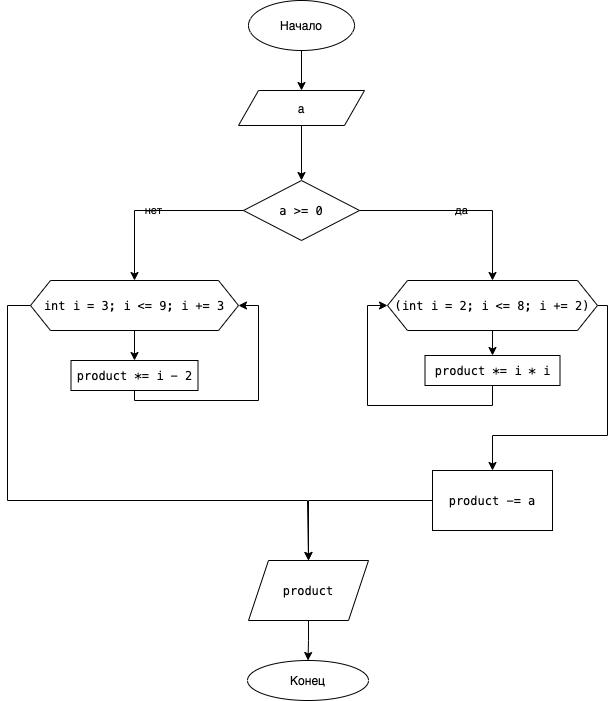
Before: scheme/scheme2.png, a diagram exported from draw.io (qqq-Homeworks/lab-3-PogrammingBasics). Source tidied: cells renumbered, new cells last; positions are measured from the earlier drawing's top-left corner, leaving out a move shared by most shapes. The source it was exported from:
```xml
<mxGraphModel>
  <root>
    <mxCell id="0" />
    <mxCell id="1" parent="0" />
    <mxCell id="2" style="edgeStyle=orthogonalEdgeStyle;rounded=0;jettySize=auto;html=1;labelBackgroundColor=none;" parent="1" edge="1" source="3" target="5">
      <mxGeometry relative="1" as="geometry" />
    </mxCell>
    <mxCell id="3" value="Начало" style="ellipse;whiteSpace=wrap;html=1;labelBackgroundColor=none;" parent="1" vertex="1">
      <mxGeometry x="241" width="106" height="50" as="geometry" />
    </mxCell>
    <mxCell id="4" style="edgeStyle=orthogonalEdgeStyle;rounded=0;jettySize=auto;html=1;labelBackgroundColor=none;" parent="1" edge="1" source="5" target="9">
      <mxGeometry relative="1" as="geometry" />
    </mxCell>
    <mxCell id="5" value="a" style="shape=parallelogram;perimeter=parallelogramPerimeter;whiteSpace=wrap;html=1;fixedSize=1;labelBackgroundColor=none;" parent="1" vertex="1">
      <mxGeometry x="231" y="90" width="126" height="35" as="geometry" />
    </mxCell>
    <mxCell id="6" value="Конец" style="ellipse;whiteSpace=wrap;html=1;labelBackgroundColor=none;" parent="1" vertex="1">
      <mxGeometry x="240" y="660" width="121" height="40" as="geometry" />
    </mxCell>
    <mxCell id="7" value="да" style="edgeStyle=orthogonalEdgeStyle;rounded=0;jettySize=auto;html=1;entryX=0.5;entryY=0;entryDx=0;entryDy=0;labelBackgroundColor=none;" parent="1" edge="1" source="9" target="12">
      <mxGeometry relative="1" as="geometry" />
    </mxCell>
    <mxCell id="8" value="нет" style="edgeStyle=orthogonalEdgeStyle;rounded=0;jettySize=auto;html=1;entryX=0.5;entryY=0;entryDx=0;entryDy=0;labelBackgroundColor=none;" parent="1" edge="1" source="9" target="15">
      <mxGeometry relative="1" as="geometry" />
    </mxCell>
    <mxCell id="9" value="&lt;meta charset=&quot;utf-8&quot;&gt;&lt;div style=&quot;font-family: menlo, monaco, &amp;quot;courier new&amp;quot;, monospace; font-weight: normal; font-size: 12px; line-height: 18px;&quot;&gt;&lt;div&gt;&lt;span style=&quot;&quot;&gt;a&lt;/span&gt;&lt;span style=&quot;&quot;&gt; &lt;/span&gt;&lt;span style=&quot;&quot;&gt;&amp;gt;=&lt;/span&gt;&lt;span style=&quot;&quot;&gt; &lt;/span&gt;&lt;span style=&quot;&quot;&gt;0&lt;/span&gt;&lt;/div&gt;&lt;/div&gt;" style="rhombus;whiteSpace=wrap;html=1;labelBackgroundColor=none;" parent="1" vertex="1">
      <mxGeometry x="236" y="180" width="116" height="60" as="geometry" />
    </mxCell>
    <mxCell id="10" style="edgeStyle=orthogonalEdgeStyle;rounded=0;jettySize=auto;html=1;labelBackgroundColor=none;" parent="1" edge="1" source="12" target="17">
      <mxGeometry relative="1" as="geometry" />
    </mxCell>
    <mxCell id="11" style="edgeStyle=orthogonalEdgeStyle;rounded=0;jettySize=auto;html=1;entryX=0.5;entryY=0;entryDx=0;entryDy=0;labelBackgroundColor=none;" parent="1" edge="1" source="12" target="19">
      <mxGeometry relative="1" as="geometry">
        <Array as="points">
          <mxPoint x="600" y="305" />
          <mxPoint x="600" y="435" />
          <mxPoint x="485" y="435" />
        </Array>
      </mxGeometry>
    </mxCell>
    <mxCell id="12" value="&lt;div style=&quot;font-family: menlo, monaco, &amp;quot;courier new&amp;quot;, monospace; line-height: 18px;&quot;&gt;(&lt;span style=&quot;&quot;&gt;int&lt;/span&gt; &lt;span style=&quot;&quot;&gt;i&lt;/span&gt; &lt;span style=&quot;&quot;&gt;=&lt;/span&gt; &lt;span style=&quot;&quot;&gt;2&lt;/span&gt;; &lt;span style=&quot;&quot;&gt;i&lt;/span&gt; &lt;span style=&quot;&quot;&gt;&amp;lt;=&lt;/span&gt; &lt;span style=&quot;&quot;&gt;8&lt;/span&gt;; &lt;span style=&quot;&quot;&gt;i&lt;/span&gt; &lt;span style=&quot;&quot;&gt;+=&lt;/span&gt; &lt;span style=&quot;&quot;&gt;2&lt;/span&gt;) &lt;/div&gt;" style="shape=hexagon;perimeter=hexagonPerimeter2;whiteSpace=wrap;html=1;fixedSize=1;labelBackgroundColor=none;" parent="1" vertex="1">
      <mxGeometry x="380" y="280" width="210" height="50" as="geometry" />
    </mxCell>
    <mxCell id="13" style="edgeStyle=orthogonalEdgeStyle;rounded=0;jettySize=auto;html=1;labelBackgroundColor=none;" parent="1" edge="1" source="15" target="23">
      <mxGeometry relative="1" as="geometry" />
    </mxCell>
    <mxCell id="14" style="edgeStyle=orthogonalEdgeStyle;rounded=0;jettySize=auto;html=1;entryX=0.5;entryY=0;entryDx=0;entryDy=0;labelBackgroundColor=none;" parent="1" edge="1" source="15" target="21">
      <mxGeometry relative="1" as="geometry">
        <Array as="points">
          <mxPoint y="305" />
          <mxPoint y="500" />
          <mxPoint x="300" y="500" />
        </Array>
      </mxGeometry>
    </mxCell>
    <mxCell id="15" value="&lt;div style=&quot;font-family: menlo, monaco, &amp;quot;courier new&amp;quot;, monospace; line-height: 18px;&quot;&gt;&lt;span style=&quot;&quot;&gt;int&lt;/span&gt; &lt;span style=&quot;&quot;&gt;i&lt;/span&gt; &lt;span style=&quot;&quot;&gt;=&lt;/span&gt; &lt;span style=&quot;&quot;&gt;3&lt;/span&gt;; &lt;span style=&quot;&quot;&gt;i&lt;/span&gt; &lt;span style=&quot;&quot;&gt;&amp;lt;=&lt;/span&gt; &lt;span style=&quot;&quot;&gt;9&lt;/span&gt;; &lt;span style=&quot;&quot;&gt;i&lt;/span&gt; &lt;span style=&quot;&quot;&gt;+=&lt;/span&gt; &lt;span style=&quot;&quot;&gt;3&lt;/span&gt;&lt;/div&gt;" style="shape=hexagon;perimeter=hexagonPerimeter2;whiteSpace=wrap;html=1;fixedSize=1;labelBackgroundColor=none;" parent="1" vertex="1">
      <mxGeometry x="23" y="280" width="208" height="50" as="geometry" />
    </mxCell>
    <mxCell id="16" style="edgeStyle=orthogonalEdgeStyle;rounded=0;jettySize=auto;html=1;entryX=0;entryY=0.5;entryDx=0;entryDy=0;labelBackgroundColor=none;" parent="1" edge="1" source="17" target="12">
      <mxGeometry relative="1" as="geometry">
        <Array as="points">
          <mxPoint x="485" y="405" />
          <mxPoint x="360" y="405" />
          <mxPoint x="360" y="305" />
        </Array>
      </mxGeometry>
    </mxCell>
    <mxCell id="17" value="&lt;meta charset=&quot;utf-8&quot;&gt;&lt;div style=&quot;font-family: menlo, monaco, &amp;quot;courier new&amp;quot;, monospace; font-weight: normal; font-size: 12px; line-height: 18px;&quot;&gt;&lt;div&gt;&lt;span style=&quot;&quot;&gt; &lt;/span&gt;&lt;span style=&quot;&quot;&gt;product&lt;/span&gt;&lt;span style=&quot;&quot;&gt; &lt;/span&gt;&lt;span style=&quot;&quot;&gt;*=&lt;/span&gt;&lt;span style=&quot;&quot;&gt; &lt;/span&gt;&lt;span style=&quot;&quot;&gt;i&lt;/span&gt;&lt;span style=&quot;&quot;&gt; &lt;/span&gt;&lt;span style=&quot;&quot;&gt;*&lt;/span&gt;&lt;span style=&quot;&quot;&gt; &lt;/span&gt;&lt;span style=&quot;&quot;&gt;i&lt;/span&gt;&lt;/div&gt;&lt;/div&gt;" style="whiteSpace=wrap;html=1;labelBackgroundColor=none;" parent="1" vertex="1">
      <mxGeometry x="417.5" y="355" width="135" height="30" as="geometry" />
    </mxCell>
    <mxCell id="18" style="edgeStyle=orthogonalEdgeStyle;rounded=0;jettySize=auto;html=1;entryX=0.5;entryY=0;entryDx=0;entryDy=0;labelBackgroundColor=none;" parent="1" edge="1" source="19" target="21">
      <mxGeometry relative="1" as="geometry" />
    </mxCell>
    <mxCell id="19" value="&lt;meta charset=&quot;utf-8&quot;&gt;&lt;div style=&quot;font-family: menlo, monaco, &amp;quot;courier new&amp;quot;, monospace; font-weight: normal; font-size: 12px; line-height: 18px;&quot;&gt;&lt;div&gt;&lt;span style=&quot;&quot;&gt;product&lt;/span&gt;&lt;span style=&quot;&quot;&gt; &lt;/span&gt;&lt;span style=&quot;&quot;&gt;-=&lt;/span&gt;&lt;span style=&quot;&quot;&gt; &lt;/span&gt;&lt;span style=&quot;&quot;&gt;a&lt;/span&gt;&lt;/div&gt;&lt;/div&gt;" style="rounded=0;whiteSpace=wrap;html=1;labelBackgroundColor=none;" parent="1" vertex="1">
      <mxGeometry x="425" y="470" width="120" height="60" as="geometry" />
    </mxCell>
    <mxCell id="20" style="edgeStyle=orthogonalEdgeStyle;rounded=0;jettySize=auto;html=1;labelBackgroundColor=none;" parent="1" edge="1" source="21" target="6">
      <mxGeometry relative="1" as="geometry" />
    </mxCell>
    <mxCell id="21" value="&lt;div style=&quot;font-family: menlo, monaco, &amp;quot;courier new&amp;quot;, monospace; line-height: 18px;&quot;&gt;&lt;span style=&quot;&quot;&gt;product&lt;/span&gt;&lt;/div&gt;" style="shape=parallelogram;perimeter=parallelogramPerimeter;whiteSpace=wrap;html=1;fixedSize=1;labelBackgroundColor=none;" parent="1" vertex="1">
      <mxGeometry x="241" y="560" width="120" height="60" as="geometry" />
    </mxCell>
    <mxCell id="22" style="edgeStyle=orthogonalEdgeStyle;rounded=0;jettySize=auto;html=1;entryX=1;entryY=0.5;entryDx=0;entryDy=0;labelBackgroundColor=none;" parent="1" edge="1" source="23" target="15">
      <mxGeometry relative="1" as="geometry">
        <Array as="points">
          <mxPoint x="127" y="400" />
          <mxPoint x="251" y="400" />
          <mxPoint x="251" y="305" />
        </Array>
      </mxGeometry>
    </mxCell>
    <mxCell id="23" value="&lt;div style=&quot;font-family: menlo, monaco, &amp;quot;courier new&amp;quot;, monospace; line-height: 18px;&quot;&gt; &lt;span style=&quot;&quot;&gt;product&lt;/span&gt; &lt;span style=&quot;&quot;&gt;*=&lt;/span&gt; &lt;span style=&quot;&quot;&gt;i&lt;/span&gt; &lt;span style=&quot;&quot;&gt;-&lt;/span&gt; &lt;span style=&quot;&quot;&gt;2&lt;/span&gt;&lt;/div&gt;" style="whiteSpace=wrap;html=1;labelBackgroundColor=none;" parent="1" vertex="1">
      <mxGeometry x="63.5" y="360" width="127" height="30" as="geometry" />
    </mxCell>
  </root>
</mxGraphModel>
```
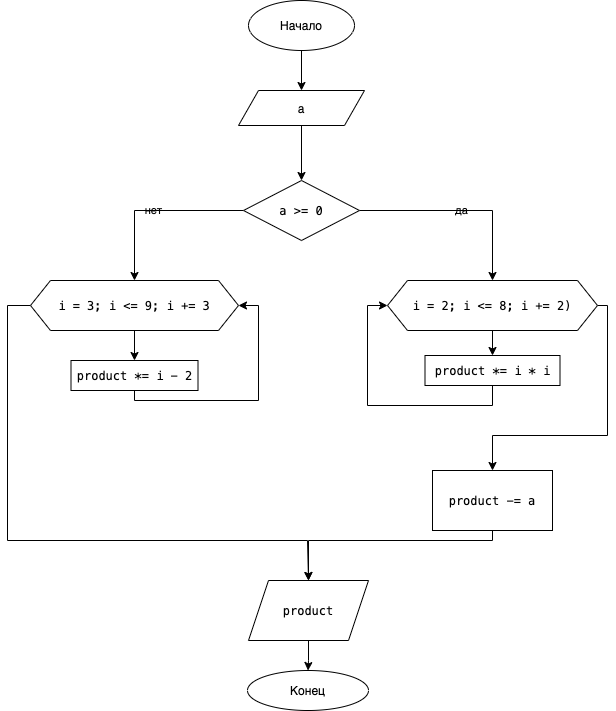
The same diagram one commit later.

Diff of the diagram source:
```diff
@@ -15,7 +15,7 @@
       <mxGeometry x="231" y="90" width="126" height="35" as="geometry" />
     </mxCell>
     <mxCell id="6" value="Конец" style="ellipse;whiteSpace=wrap;html=1;labelBackgroundColor=none;" parent="1" vertex="1">
-      <mxGeometry x="240" y="660" width="121" height="40" as="geometry" />
+      <mxGeometry x="240" y="670" width="121" height="40" as="geometry" />
     </mxCell>
     <mxCell id="7" value="да" style="edgeStyle=orthogonalEdgeStyle;rounded=0;jettySize=auto;html=1;entryX=0.5;entryY=0;entryDx=0;entryDy=0;labelBackgroundColor=none;" parent="1" edge="1" source="9" target="12">
       <mxGeometry relative="1" as="geometry" />
@@ -38,7 +38,7 @@
         </Array>
       </mxGeometry>
     </mxCell>
-    <mxCell id="12" value="&lt;div style=&quot;font-family: menlo, monaco, &amp;quot;courier new&amp;quot;, monospace; line-height: 18px;&quot;&gt;(&lt;span style=&quot;&quot;&gt;int&lt;/span&gt; &lt;span style=&quot;&quot;&gt;i&lt;/span&gt; &lt;span style=&quot;&quot;&gt;=&lt;/span&gt; &lt;span style=&quot;&quot;&gt;2&lt;/span&gt;; &lt;span style=&quot;&quot;&gt;i&lt;/span&gt; &lt;span style=&quot;&quot;&gt;&amp;lt;=&lt;/span&gt; &lt;span style=&quot;&quot;&gt;8&lt;/span&gt;; &lt;span style=&quot;&quot;&gt;i&lt;/span&gt; &lt;span style=&quot;&quot;&gt;+=&lt;/span&gt; &lt;span style=&quot;&quot;&gt;2&lt;/span&gt;) &lt;/div&gt;" style="shape=hexagon;perimeter=hexagonPerimeter2;whiteSpace=wrap;html=1;fixedSize=1;labelBackgroundColor=none;" parent="1" vertex="1">
+    <mxCell id="12" value="&lt;div style=&quot;font-family: menlo, monaco, &amp;quot;courier new&amp;quot;, monospace; line-height: 18px;&quot;&gt;&lt;span style=&quot;&quot;&gt;i&lt;/span&gt; &lt;span style=&quot;&quot;&gt;=&lt;/span&gt; &lt;span style=&quot;&quot;&gt;2&lt;/span&gt;; &lt;span style=&quot;&quot;&gt;i&lt;/span&gt; &lt;span style=&quot;&quot;&gt;&amp;lt;=&lt;/span&gt; &lt;span style=&quot;&quot;&gt;8&lt;/span&gt;; &lt;span style=&quot;&quot;&gt;i&lt;/span&gt; &lt;span style=&quot;&quot;&gt;+=&lt;/span&gt; &lt;span style=&quot;&quot;&gt;2&lt;/span&gt;) &lt;/div&gt;" style="shape=hexagon;perimeter=hexagonPerimeter2;whiteSpace=wrap;html=1;fixedSize=1;labelBackgroundColor=none;" parent="1" vertex="1">
       <mxGeometry x="380" y="280" width="210" height="50" as="geometry" />
     </mxCell>
     <mxCell id="13" style="edgeStyle=orthogonalEdgeStyle;rounded=0;jettySize=auto;html=1;labelBackgroundColor=none;" parent="1" edge="1" source="15" target="23">
@@ -48,12 +48,12 @@
       <mxGeometry relative="1" as="geometry">
         <Array as="points">
           <mxPoint y="305" />
-          <mxPoint y="500" />
-          <mxPoint x="300" y="500" />
+          <mxPoint y="540" />
+          <mxPoint x="300" y="540" />
         </Array>
       </mxGeometry>
     </mxCell>
-    <mxCell id="15" value="&lt;div style=&quot;font-family: menlo, monaco, &amp;quot;courier new&amp;quot;, monospace; line-height: 18px;&quot;&gt;&lt;span style=&quot;&quot;&gt;int&lt;/span&gt; &lt;span style=&quot;&quot;&gt;i&lt;/span&gt; &lt;span style=&quot;&quot;&gt;=&lt;/span&gt; &lt;span style=&quot;&quot;&gt;3&lt;/span&gt;; &lt;span style=&quot;&quot;&gt;i&lt;/span&gt; &lt;span style=&quot;&quot;&gt;&amp;lt;=&lt;/span&gt; &lt;span style=&quot;&quot;&gt;9&lt;/span&gt;; &lt;span style=&quot;&quot;&gt;i&lt;/span&gt; &lt;span style=&quot;&quot;&gt;+=&lt;/span&gt; &lt;span style=&quot;&quot;&gt;3&lt;/span&gt;&lt;/div&gt;" style="shape=hexagon;perimeter=hexagonPerimeter2;whiteSpace=wrap;html=1;fixedSize=1;labelBackgroundColor=none;" parent="1" vertex="1">
+    <mxCell id="15" value="&lt;div style=&quot;font-family: menlo, monaco, &amp;quot;courier new&amp;quot;, monospace; line-height: 18px;&quot;&gt;&lt;span style=&quot;&quot;&gt;i&lt;/span&gt; &lt;span style=&quot;&quot;&gt;=&lt;/span&gt; &lt;span style=&quot;&quot;&gt;3&lt;/span&gt;; &lt;span style=&quot;&quot;&gt;i&lt;/span&gt; &lt;span style=&quot;&quot;&gt;&amp;lt;=&lt;/span&gt; &lt;span style=&quot;&quot;&gt;9&lt;/span&gt;; &lt;span style=&quot;&quot;&gt;i&lt;/span&gt; &lt;span style=&quot;&quot;&gt;+=&lt;/span&gt; &lt;span style=&quot;&quot;&gt;3&lt;/span&gt;&lt;/div&gt;" style="shape=hexagon;perimeter=hexagonPerimeter2;whiteSpace=wrap;html=1;fixedSize=1;labelBackgroundColor=none;" parent="1" vertex="1">
       <mxGeometry x="23" y="280" width="208" height="50" as="geometry" />
     </mxCell>
     <mxCell id="16" style="edgeStyle=orthogonalEdgeStyle;rounded=0;jettySize=auto;html=1;entryX=0;entryY=0.5;entryDx=0;entryDy=0;labelBackgroundColor=none;" parent="1" edge="1" source="17" target="12">
@@ -69,7 +69,12 @@
       <mxGeometry x="417.5" y="355" width="135" height="30" as="geometry" />
     </mxCell>
     <mxCell id="18" style="edgeStyle=orthogonalEdgeStyle;rounded=0;jettySize=auto;html=1;entryX=0.5;entryY=0;entryDx=0;entryDy=0;labelBackgroundColor=none;" parent="1" edge="1" source="19" target="21">
-      <mxGeometry relative="1" as="geometry" />
+      <mxGeometry relative="1" as="geometry">
+        <Array as="points">
+          <mxPoint x="485" y="540" />
+          <mxPoint x="301" y="540" />
+        </Array>
+      </mxGeometry>
     </mxCell>
     <mxCell id="19" value="&lt;meta charset=&quot;utf-8&quot;&gt;&lt;div style=&quot;font-family: menlo, monaco, &amp;quot;courier new&amp;quot;, monospace; font-weight: normal; font-size: 12px; line-height: 18px;&quot;&gt;&lt;div&gt;&lt;span style=&quot;&quot;&gt;product&lt;/span&gt;&lt;span style=&quot;&quot;&gt; &lt;/span&gt;&lt;span style=&quot;&quot;&gt;-=&lt;/span&gt;&lt;span style=&quot;&quot;&gt; &lt;/span&gt;&lt;span style=&quot;&quot;&gt;a&lt;/span&gt;&lt;/div&gt;&lt;/div&gt;" style="rounded=0;whiteSpace=wrap;html=1;labelBackgroundColor=none;" parent="1" vertex="1">
       <mxGeometry x="425" y="470" width="120" height="60" as="geometry" />
@@ -78,7 +83,7 @@
       <mxGeometry relative="1" as="geometry" />
     </mxCell>
     <mxCell id="21" value="&lt;div style=&quot;font-family: menlo, monaco, &amp;quot;courier new&amp;quot;, monospace; line-height: 18px;&quot;&gt;&lt;span style=&quot;&quot;&gt;product&lt;/span&gt;&lt;/div&gt;" style="shape=parallelogram;perimeter=parallelogramPerimeter;whiteSpace=wrap;html=1;fixedSize=1;labelBackgroundColor=none;" parent="1" vertex="1">
-      <mxGeometry x="241" y="560" width="120" height="60" as="geometry" />
+      <mxGeometry x="241" y="580" width="120" height="60" as="geometry" />
     </mxCell>
     <mxCell id="22" style="edgeStyle=orthogonalEdgeStyle;rounded=0;jettySize=auto;html=1;entryX=1;entryY=0.5;entryDx=0;entryDy=0;labelBackgroundColor=none;" parent="1" edge="1" source="23" target="15">
       <mxGeometry relative="1" as="geometry">
```
